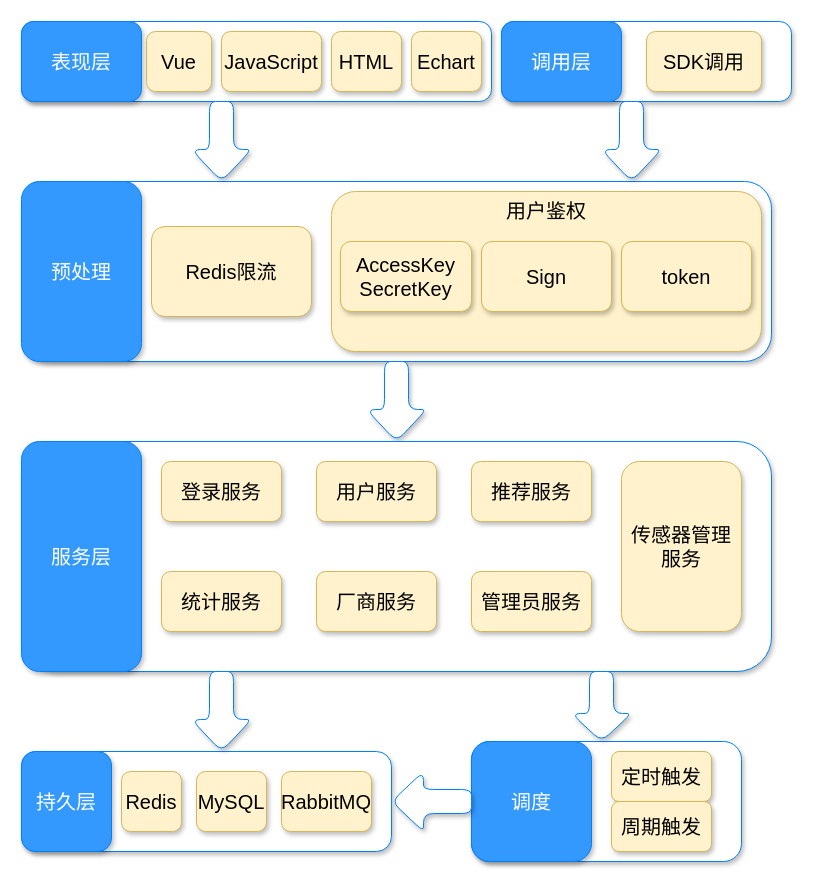
This is draw/专用传感器信息管理系统平台架构图.drawio from gyyst/img, a draw.io file, before an edit. Source tidied: cells renumbered, new cells numbered last; positions are measured from the earlier drawing's top-left corner, leaving out a move shared by most shapes. Both pictures are drawn from the tidied source at 100%, with x=0, y=0 at pixel (21, 21).
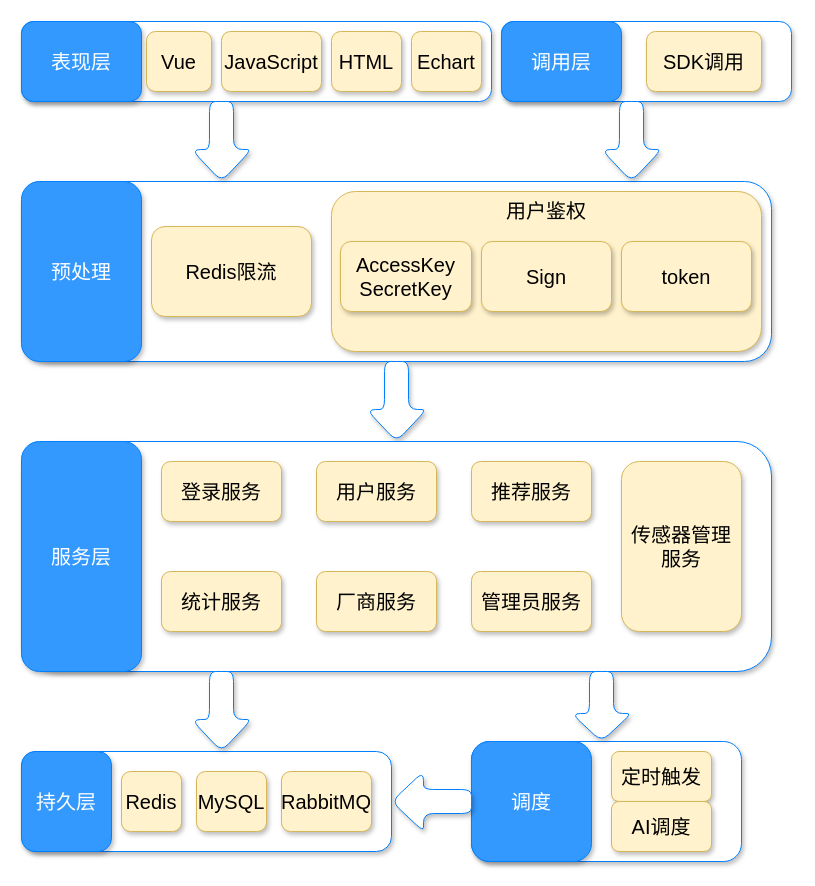
The same page after the edit.

Commit message:
更新专用传感器信息管理系统平台架构图.drawio

Change to the diagram source:
```diff
@@
-    <mxCell id="33" value="周期触发" style="rounded=1;whiteSpace=wrap;html=1;shadow=1;sketch=0;strokeColor=#d6b656;fontSize=20;fillColor=#fff2cc;" parent="1" vertex="1">
+    <mxCell id="33" value="AI调度" style="rounded=1;whiteSpace=wrap;html=1;shadow=1;sketch=0;strokeColor=#d6b656;fontSize=20;fillColor=#fff2cc;" parent="1" vertex="1">
       <mxGeometry x="590" y="780" width="100" height="50" as="geometry" />
     </mxCell>
```
